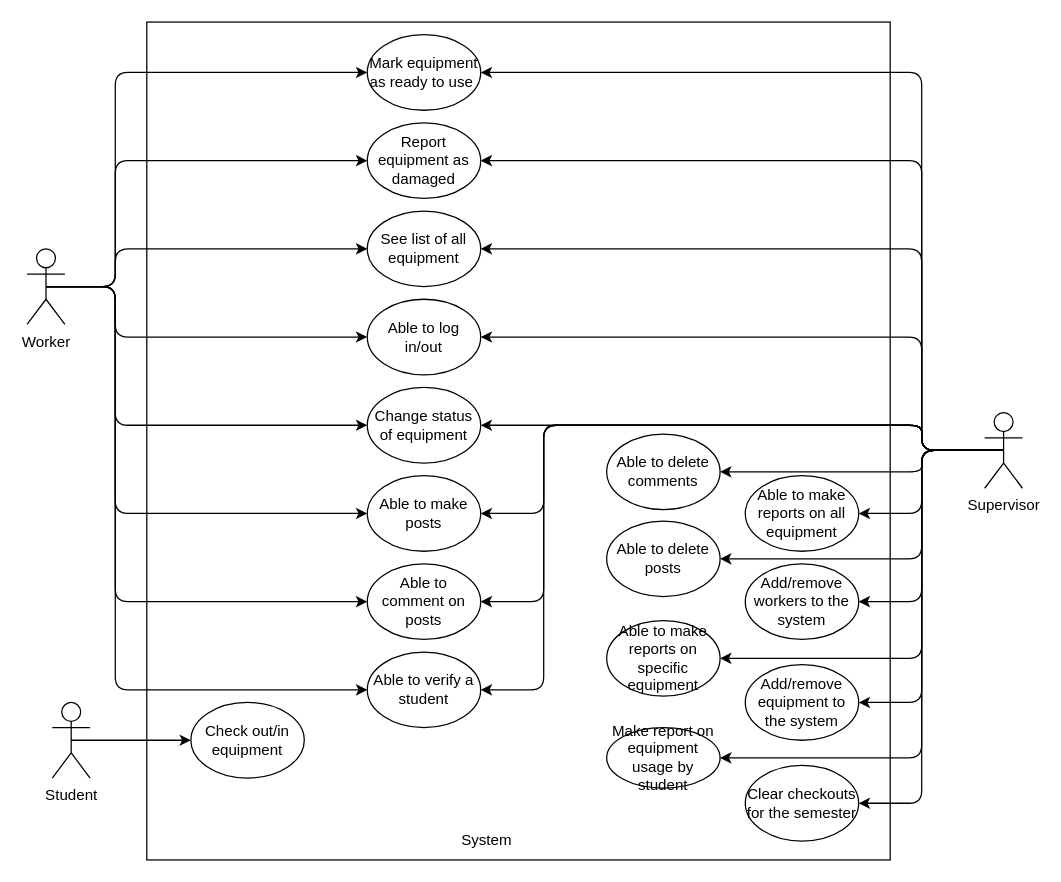
The draw.io diagram Final Presentation/Use Case Diagram Final.drawio in tdavis422/SeniorProject, before the edit. Source tidied: cells renumbered, new cells numbered last; positions are measured from the earlier drawing's top-left corner, leaving out a move shared by most shapes. Both pictures are drawn from the tidied source at 126%, with x=0, y=0 at pixel (26, 34).
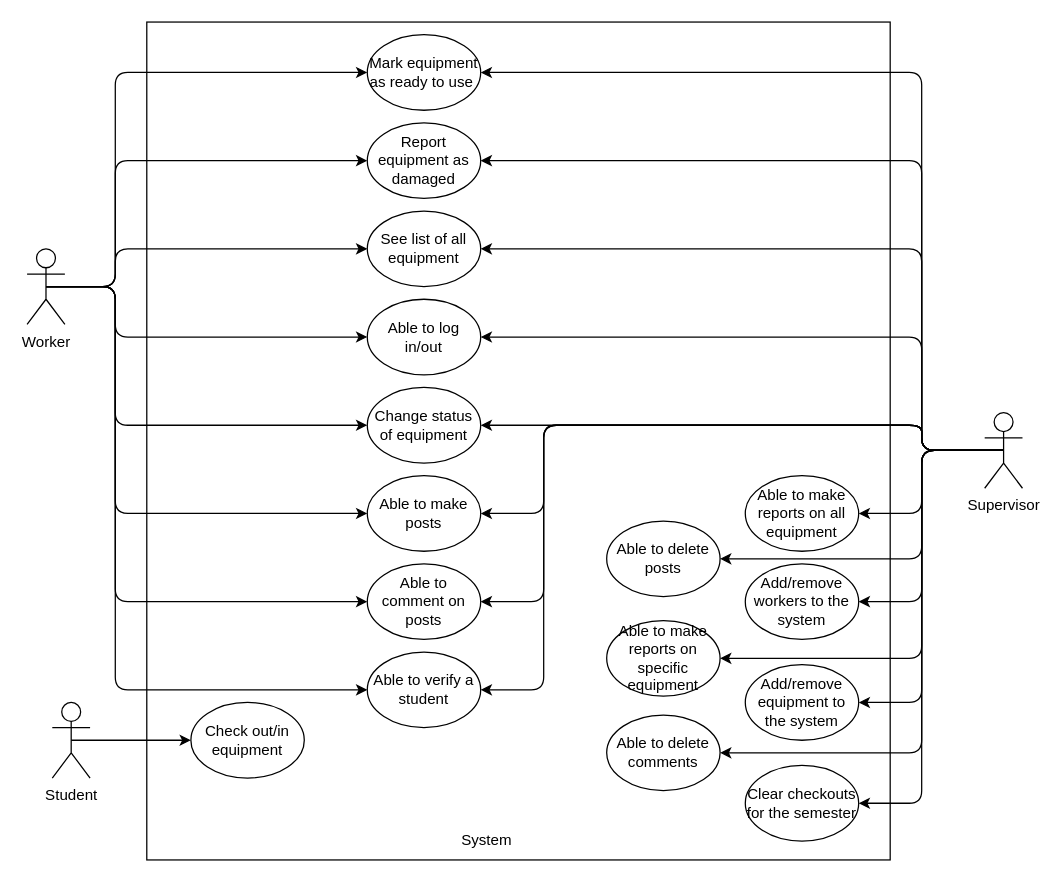
The same page after the edit.

Unchanged cells that the change refers to:
```xml
<mxCell id="3" value="Supervisor" style="shape=umlActor;verticalLabelPosition=bottom;verticalAlign=top;html=1;outlineConnect=0;align=center;labelPosition=center;" parent="1" vertex="1">
  <mxGeometry x="760" y="300" width="30" height="60" as="geometry" />
</mxCell>
```

What changed in the source:
```diff
@@
     <mxCell id="29" value="Able to delete comments" style="ellipse;whiteSpace=wrap;html=1;" parent="1" vertex="1">
-      <mxGeometry x="460" y="317" width="90" height="60" as="geometry" />
+      <mxGeometry x="460" y="540" width="90" height="60" as="geometry" />
     </mxCell>
@@
-    <mxCell id="33" value="Make report on equipment usage by student" style="ellipse;whiteSpace=wrap;html=1;" parent="1" vertex="1">
-      <mxGeometry x="460" y="550" width="90" height="48" as="geometry" />
-    </mxCell>
@@
     <mxCell id="38" style="endArrow=classic;html=1;fontSize=15;exitX=0.5;exitY=0.5;exitDx=0;exitDy=0;exitPerimeter=0;entryX=1;entryY=0.5;entryDx=0;entryDy=0;edgeStyle=orthogonalEdgeStyle;endFill=1;" parent="1" edge="1" source="3" target="29">
       <mxGeometry relative="1" as="geometry">
         <Array as="points">
           <mxPoint x="710" y="330" />
-          <mxPoint x="710" y="347" />
+          <mxPoint x="710" y="570" />
         </Array>
       </mxGeometry>
     </mxCell>
@@
-    <mxCell id="41" style="endArrow=classic;html=1;fontSize=15;exitX=0.5;exitY=0.5;exitDx=0;exitDy=0;exitPerimeter=0;entryX=1;entryY=0.5;entryDx=0;entryDy=0;edgeStyle=orthogonalEdgeStyle;endFill=1;" parent="1" edge="1" source="3" target="33">
-      <mxGeometry relative="1" as="geometry">
-        <Array as="points">
-          <mxPoint x="710" y="330" />
-          <mxPoint x="710" y="574" />
-        </Array>
-      </mxGeometry>
-    </mxCell>
```
